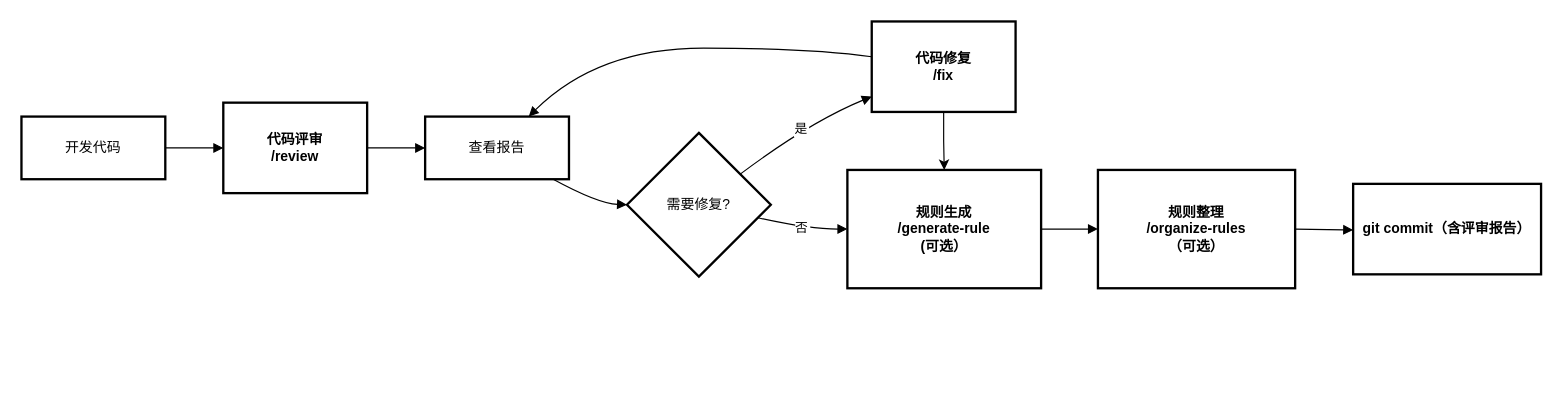
Earlier version of the draw.io diagram cursor-helper.drawio (ETHAN0430/draw.io.repo). Source tidied: cells renumbered, new cells numbered last; positions are measured from the earlier drawing's top-left corner, leaving out a move shared by most shapes. Both pictures are drawn from the tidied source at 116%, with x=0, y=0 at pixel (21, 21).
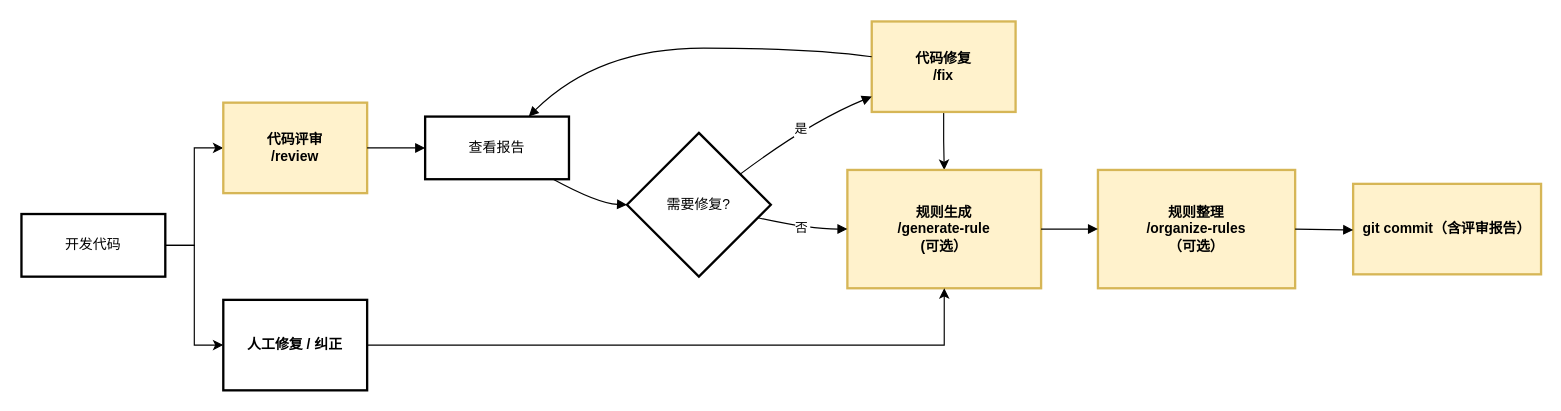
Above is the later version.

Change to the diagram source:
```diff
@@
+    <mxCell id="11" style="edgeStyle=orthogonalEdgeStyle;rounded=0;jettySize=auto;html=1;entryX=0;entryY=0.5;entryDx=0;entryDy=0;" parent="1" edge="1" source="2" target="3">
+      <mxGeometry relative="1" as="geometry" />
+    </mxCell>
+    <mxCell id="19" style="edgeStyle=orthogonalEdgeStyle;rounded=0;jettySize=auto;html=1;entryX=0;entryY=0.5;entryDx=0;entryDy=0;" parent="1" edge="1" source="2" target="21">
+      <mxGeometry relative="1" as="geometry" />
+    </mxCell>
     <mxCell id="2" value="开发代码" style="whiteSpace=wrap;strokeWidth=2;" parent="1" vertex="1">
-      <mxGeometry y="82" width="124" height="54" as="geometry" />
+      <mxGeometry y="166" width="124" height="54" as="geometry" />
     </mxCell>
-    <mxCell id="3" value="代码评审&#10;/review" style="whiteSpace=wrap;strokeWidth=2;fontStyle=1;" parent="1" vertex="1">
+    <mxCell id="3" value="代码评审&#10;/review" style="whiteSpace=wrap;strokeWidth=2;fontStyle=1;fillColor=#fff2cc;strokeColor=#d6b656;" parent="1" vertex="1">
       <mxGeometry x="174" y="70" width="124" height="78" as="geometry" />
     </mxCell>
@@
-    <mxCell id="7" value="代码修复&#10;/fix" style="whiteSpace=wrap;strokeWidth=2;fontStyle=1;" parent="1" vertex="1">
+    <mxCell id="7" value="代码修复&#10;/fix" style="whiteSpace=wrap;strokeWidth=2;fontStyle=1;fillColor=#fff2cc;strokeColor=#d6b656;" parent="1" vertex="1">
       <mxGeometry x="733" width="124" height="78" as="geometry" />
     </mxCell>
-    <mxCell id="8" value="规则生成&#10;/generate-rule&#10;(可选）" style="whiteSpace=wrap;strokeWidth=2;fontStyle=1;" parent="1" vertex="1">
+    <mxCell id="8" value="规则生成&#10;/generate-rule&#10;(可选）" style="whiteSpace=wrap;strokeWidth=2;fontStyle=1;fillColor=#fff2cc;strokeColor=#d6b656;" parent="1" vertex="1">
       <mxGeometry x="712" y="128" width="167" height="102" as="geometry" />
     </mxCell>
-    <mxCell id="9" value="规则整理&#10;/organize-rules&#10;（可选）" style="whiteSpace=wrap;strokeWidth=2;fontStyle=1;" parent="1" vertex="1">
+    <mxCell id="9" value="规则整理&#10;/organize-rules&#10;（可选）" style="whiteSpace=wrap;strokeWidth=2;fontStyle=1;fillColor=#fff2cc;strokeColor=#d6b656;" parent="1" vertex="1">
       <mxGeometry x="928" y="128" width="170" height="102" as="geometry" />
     </mxCell>
-    <mxCell id="10" value="git commit（含评审报告）" style="whiteSpace=wrap;strokeWidth=2;fontStyle=1;" parent="1" vertex="1">
+    <mxCell id="10" value="git commit（含评审报告）" style="whiteSpace=wrap;strokeWidth=2;fontStyle=1;fillColor=#fff2cc;strokeColor=#d6b656;" parent="1" vertex="1">
       <mxGeometry x="1148" y="140" width="162" height="78" as="geometry" />
     </mxCell>
-    <mxCell id="11" style="curved=1;startArrow=none;endArrow=block;exitX=1;exitY=0.5;entryX=0;entryY=0.5;rounded=0;" parent="1" edge="1" source="2" target="3">
-      <mxGeometry relative="1" as="geometry" />
-    </mxCell>
@@
+    <mxCell id="20" style="edgeStyle=orthogonalEdgeStyle;rounded=0;jettySize=auto;html=1;entryX=0.5;entryY=1;entryDx=0;entryDy=0;" parent="1" edge="1" source="21" target="8">
+      <mxGeometry relative="1" as="geometry" />
+    </mxCell>
+    <mxCell id="21" value="人工修复 / 纠正" style="whiteSpace=wrap;strokeWidth=2;fontStyle=1;" parent="1" vertex="1">
+      <mxGeometry x="174" y="240" width="124" height="78" as="geometry" />
+    </mxCell>
```
